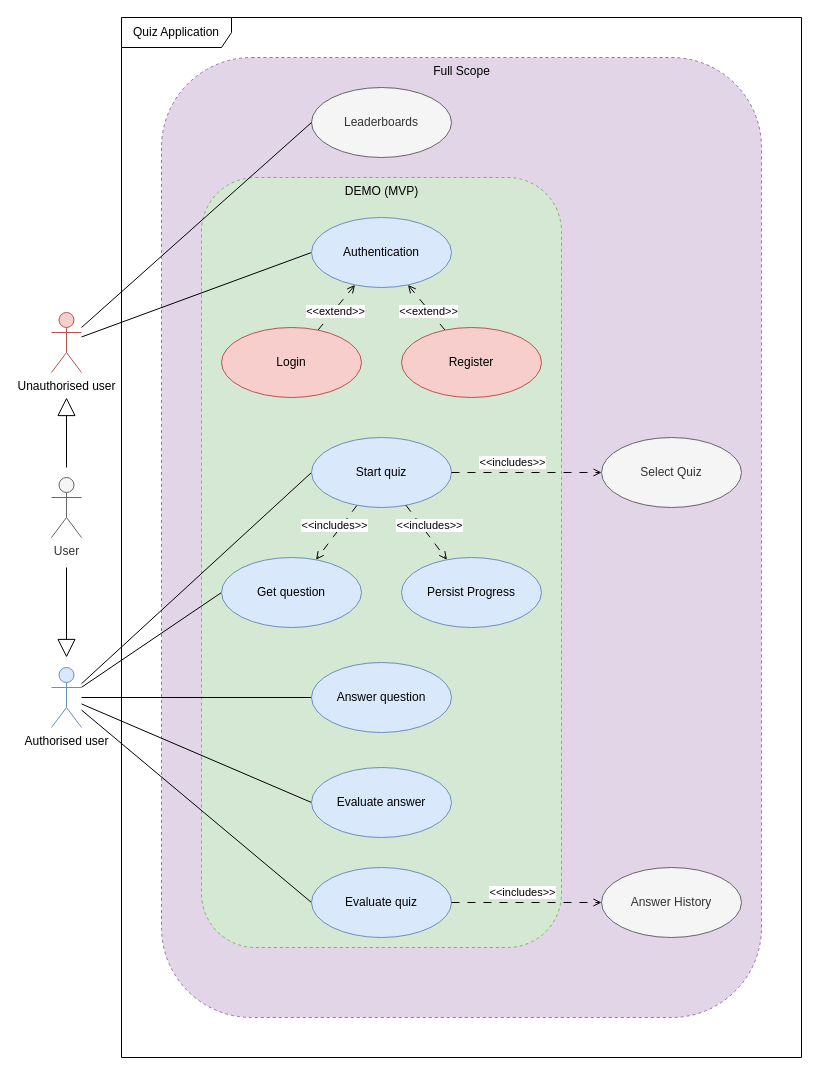
Earlier version of the draw.io diagram business_assignment/assets/quiz-use_cases.drawio (TomasGazo/slsp-solution-design-demo). Source tidied: cells renumbered, new cells numbered last; positions are measured from the earlier drawing's top-left corner, leaving out a move shared by most shapes. Both pictures are drawn from the tidied source at 100%, with x=0, y=0 at pixel (51, 17).
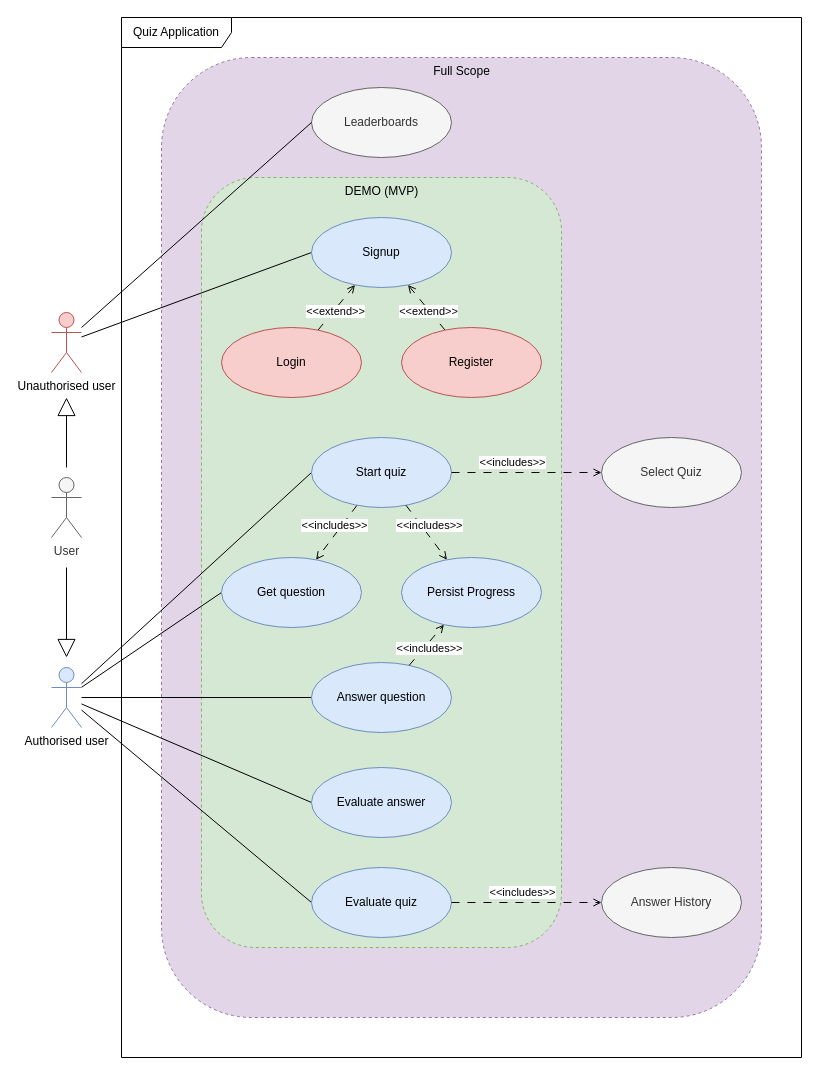
Above is the later version.

Unchanged cells that the change refers to:
```xml
<mxCell id="25" value="Answer question" style="ellipse;whiteSpace=wrap;html=1;fillColor=#dae8fc;strokeColor=#6c8ebf;" parent="1" vertex="1">
  <mxGeometry x="260" y="645" width="140" height="70" as="geometry" />
</mxCell>
<mxCell id="38" value="Persist Progress" style="ellipse;whiteSpace=wrap;html=1;fillColor=#dae8fc;strokeColor=#6c8ebf;" parent="1" vertex="1">
  <mxGeometry x="350" y="540" width="140" height="70" as="geometry" />
</mxCell>
```

The edit, as a diff of the source:
```diff
@@
-    <mxCell id="13" value="Authentication" style="ellipse;whiteSpace=wrap;html=1;fillColor=#dae8fc;strokeColor=#6c8ebf;" parent="1" vertex="1">
+    <mxCell id="13" value="Signup" style="ellipse;whiteSpace=wrap;html=1;fillColor=#dae8fc;strokeColor=#6c8ebf;" parent="1" vertex="1">
       <mxGeometry x="260" y="200" width="140" height="70" as="geometry" />
     </mxCell>
@@
+    <mxCell id="41" style="rounded=0;jettySize=auto;html=1;endArrow=open;endFill=0;startArrow=none;startFill=0;dashed=1;dashPattern=8 8;" parent="1" edge="1" source="25" target="38">
+      <mxGeometry relative="1" as="geometry" />
+    </mxCell>
+    <mxCell id="42" value="&amp;lt;&amp;lt;includes&amp;gt;&amp;gt;" style="edgeLabel;html=1;align=center;verticalAlign=middle;" parent="41" vertex="1">
+      <mxGeometry x="0.12" relative="1" as="geometry">
+        <mxPoint y="5" as="offset" />
+      </mxGeometry>
+    </mxCell>
```
